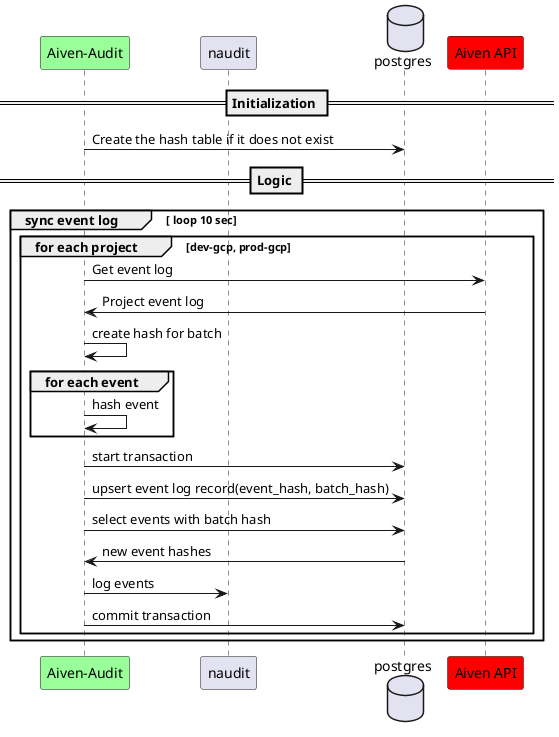
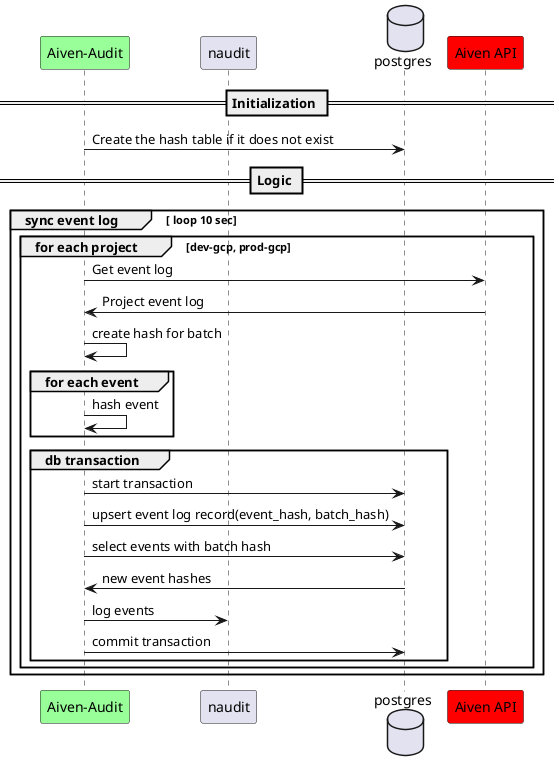
@startuml
participant "Aiven-Audit" #99FF99
participant naudit
database postgres
participant "Aiven API" #red

== Initialization ==
"Aiven-Audit" -> postgres: Create the hash table if it does not exist

== Logic ==

group sync event log [ loop 10 sec]

    group for each project [dev-gcp, prod-gcp]
        "Aiven-Audit" -> "Aiven API": Get event log
        "Aiven API" -> "Aiven-Audit": Project event log
        "Aiven-Audit" -> "Aiven-Audit": create hash for batch
         group for each event
            "Aiven-Audit" -> "Aiven-Audit": hash event
         end
-          "Aiven-Audit" -> postgres: start transaction
-          "Aiven-Audit" -> postgres: upsert event log record(event_hash, batch_hash)
-          "Aiven-Audit" -> postgres: select events with batch hash
-          postgres -> "Aiven-Audit": new event hashes
-          "Aiven-Audit" -> naudit: log events
-          "Aiven-Audit" -> postgres: commit transaction
+          group db transaction
+              "Aiven-Audit" -> postgres: start transaction
+              "Aiven-Audit" -> postgres: upsert event log record(event_hash, batch_hash)
+              "Aiven-Audit" -> postgres: select events with batch hash
+              postgres -> "Aiven-Audit": new event hashes
+              "Aiven-Audit" -> naudit: log events
+              "Aiven-Audit" -> postgres: commit transaction
+          end
    end

end
@enduml